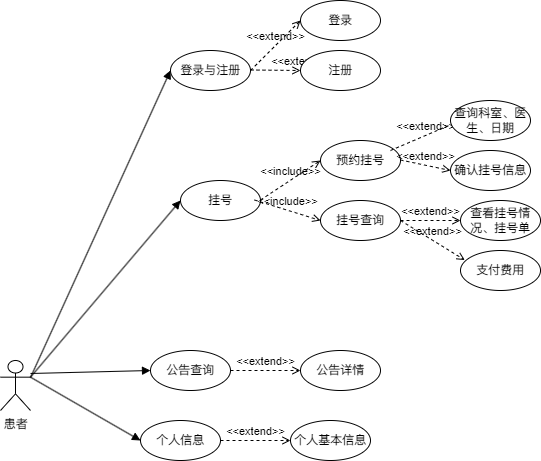
Bi8Boi/Bi8Boi keeps this draw.io diagram as 未命名绘图2.drawio.png. Above is the earlier version. Source tidied: cells renumbered, new cells last; positions are measured from the earlier drawing's top-left corner, leaving out a move shared by most shapes.
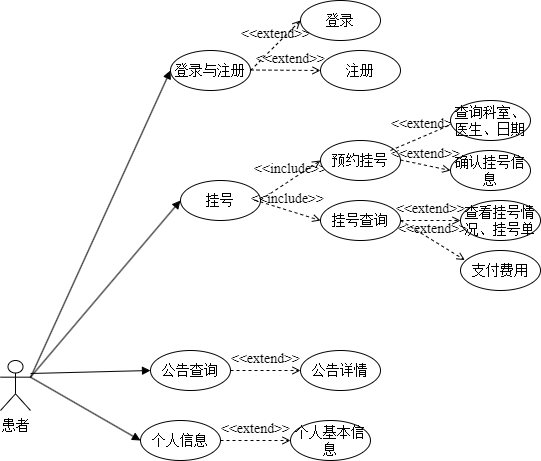
The same file after the commit.

Commit message:
更新未命名绘图2.drawio.png

Change to the diagram source:
```diff
@@ -2,127 +2,126 @@
   <root>
     <mxCell id="0" />
     <mxCell id="1" parent="0" />
-    <mxCell id="2" value="登录与注册" style="ellipse;whiteSpace=wrap;html=1;" parent="1" vertex="1">
+    <mxCell id="2" value="登录与注册" style="ellipse;whiteSpace=wrap;html=1;fontFamily=宋体;fontSize=14;" parent="1" vertex="1">
       <mxGeometry x="170" y="50" width="80" height="40" as="geometry" />
     </mxCell>
-    <mxCell id="3" value="患者" style="shape=umlActor;verticalLabelPosition=bottom;verticalAlign=top;html=1;" parent="1" vertex="1">
+    <mxCell id="3" value="患者" style="shape=umlActor;verticalLabelPosition=bottom;verticalAlign=top;html=1;fontFamily=宋体;fontSize=14;" parent="1" vertex="1">
       <mxGeometry y="360" width="30" height="50" as="geometry" />
     </mxCell>
-    <mxCell id="4" style="html=1;verticalAlign=bottom;labelBackgroundColor=none;endArrow=block;endFill=1;rounded=0;entryX=0;entryY=0.5;entryDx=0;entryDy=0;" parent="1" edge="1" target="2">
+    <mxCell id="4" style="html=1;verticalAlign=bottom;labelBackgroundColor=none;endArrow=block;endFill=1;rounded=0;entryX=0;entryY=0.5;entryDx=0;entryDy=0;fontFamily=宋体;fontSize=14;" parent="1" edge="1" target="2">
       <mxGeometry relative="1" as="geometry">
         <mxPoint x="30" y="377" as="sourcePoint" />
       </mxGeometry>
     </mxCell>
-    <mxCell id="5" value="&amp;lt;&amp;lt;extend&amp;gt;&amp;gt;" style="html=1;verticalAlign=bottom;labelBackgroundColor=none;endArrow=open;endFill=0;dashed=1;rounded=0;" parent="1" edge="1">
+    <mxCell id="5" value="&lt;font face=&quot;Times New Roman&quot;&gt;&amp;lt;&amp;lt;extend&amp;gt;&amp;gt;&lt;/font&gt;" style="html=1;verticalAlign=bottom;labelBackgroundColor=none;endArrow=open;endFill=0;dashed=1;rounded=0;fontFamily=宋体;fontSize=14;" parent="1" edge="1">
       <mxGeometry relative="1" as="geometry">
         <mxPoint x="250" y="70" as="sourcePoint" />
         <mxPoint x="300" y="20" as="targetPoint" />
       </mxGeometry>
     </mxCell>
-    <mxCell id="6" value="登录" style="ellipse;whiteSpace=wrap;html=1;" parent="1" vertex="1">
+    <mxCell id="6" value="登录" style="ellipse;whiteSpace=wrap;html=1;fontFamily=宋体;fontSize=14;" parent="1" vertex="1">
       <mxGeometry x="300" width="80" height="40" as="geometry" />
     </mxCell>
-    <mxCell id="7" value="&amp;lt;&amp;lt;extend&amp;gt;&amp;gt;" style="html=1;verticalAlign=bottom;labelBackgroundColor=none;endArrow=open;endFill=0;dashed=1;rounded=0;" parent="1" edge="1">
-      <mxGeometry x="1" relative="1" as="geometry">
+    <mxCell id="7" value="&lt;font face=&quot;Times New Roman&quot;&gt;&amp;lt;&amp;lt;extend&amp;gt;&amp;gt;&lt;/font&gt;" style="html=1;verticalAlign=bottom;labelBackgroundColor=none;endArrow=open;endFill=0;dashed=1;rounded=0;fontFamily=宋体;fontSize=14;entryX=0;entryY=0.5;entryDx=0;entryDy=0;" parent="1" edge="1" target="8">
+      <mxGeometry x="0.14" relative="1" as="geometry">
         <mxPoint x="250" y="69.5" as="sourcePoint" />
-        <mxPoint x="300" y="70" as="targetPoint" />
       </mxGeometry>
     </mxCell>
-    <mxCell id="8" value="注册" style="ellipse;whiteSpace=wrap;html=1;" parent="1" vertex="1">
-      <mxGeometry x="300" y="50" width="80" height="40" as="geometry" />
+    <mxCell id="8" value="注册" style="ellipse;whiteSpace=wrap;html=1;fontFamily=宋体;fontSize=14;" parent="1" vertex="1">
+      <mxGeometry x="320" y="50" width="80" height="40" as="geometry" />
     </mxCell>
-    <mxCell id="9" style="html=1;verticalAlign=bottom;labelBackgroundColor=none;endArrow=block;endFill=1;rounded=0;exitX=1;exitY=0.3333333333333333;exitDx=0;exitDy=0;exitPerimeter=0;" parent="1" edge="1" source="3">
+    <mxCell id="9" style="html=1;verticalAlign=bottom;labelBackgroundColor=none;endArrow=block;endFill=1;rounded=0;exitX=1;exitY=0.3333333333333333;exitDx=0;exitDy=0;exitPerimeter=0;fontFamily=宋体;fontSize=14;" parent="1" edge="1" source="3">
       <mxGeometry relative="1" as="geometry">
         <mxPoint x="180" y="200" as="targetPoint" />
       </mxGeometry>
     </mxCell>
-    <mxCell id="10" value="挂号" style="ellipse;whiteSpace=wrap;html=1;" parent="1" vertex="1">
+    <mxCell id="10" value="挂号" style="ellipse;whiteSpace=wrap;html=1;fontFamily=宋体;fontSize=14;" parent="1" vertex="1">
       <mxGeometry x="180" y="180" width="80" height="40" as="geometry" />
     </mxCell>
-    <mxCell id="11" value="&amp;lt;&amp;lt;include&amp;gt;&amp;gt;" style="html=1;verticalAlign=bottom;labelBackgroundColor=none;endArrow=open;endFill=0;dashed=1;rounded=0;" parent="1" edge="1">
+    <mxCell id="11" value="&lt;font face=&quot;Times New Roman&quot;&gt;&amp;lt;&amp;lt;include&amp;gt;&amp;gt;&lt;/font&gt;" style="html=1;verticalAlign=bottom;labelBackgroundColor=none;endArrow=open;endFill=0;dashed=1;rounded=0;fontFamily=宋体;fontSize=14;" parent="1" edge="1">
       <mxGeometry relative="1" as="geometry">
         <mxPoint x="260" y="199.5" as="sourcePoint" />
         <mxPoint x="320" y="160" as="targetPoint" />
       </mxGeometry>
     </mxCell>
-    <mxCell id="12" value="预约挂号" style="ellipse;whiteSpace=wrap;html=1;" parent="1" vertex="1">
+    <mxCell id="12" value="预约挂号" style="ellipse;whiteSpace=wrap;html=1;fontFamily=宋体;fontSize=14;" parent="1" vertex="1">
       <mxGeometry x="320" y="140" width="80" height="40" as="geometry" />
     </mxCell>
-    <mxCell id="13" value="&amp;lt;&amp;lt;include&amp;gt;&amp;gt;" style="html=1;verticalAlign=bottom;labelBackgroundColor=none;endArrow=open;endFill=0;dashed=1;rounded=0;" parent="1" edge="1">
+    <mxCell id="13" value="&lt;font face=&quot;Times New Roman&quot;&gt;&amp;lt;&amp;lt;include&amp;gt;&amp;gt;&lt;/font&gt;" style="html=1;verticalAlign=bottom;labelBackgroundColor=none;endArrow=open;endFill=0;dashed=1;rounded=0;fontFamily=宋体;fontSize=14;" parent="1" edge="1">
       <mxGeometry relative="1" as="geometry">
         <mxPoint x="254" y="199.5" as="sourcePoint" />
         <mxPoint x="320" y="220" as="targetPoint" />
       </mxGeometry>
     </mxCell>
-    <mxCell id="14" value="挂号查询" style="ellipse;whiteSpace=wrap;html=1;" parent="1" vertex="1">
+    <mxCell id="14" value="挂号查询" style="ellipse;whiteSpace=wrap;html=1;fontFamily=宋体;fontSize=14;" parent="1" vertex="1">
       <mxGeometry x="320" y="200" width="80" height="40" as="geometry" />
     </mxCell>
-    <mxCell id="15" value="&amp;lt;&amp;lt;extend&amp;gt;&amp;gt;" style="html=1;verticalAlign=bottom;labelBackgroundColor=none;endArrow=open;endFill=0;dashed=1;rounded=0;" parent="1" edge="1">
+    <mxCell id="15" value="&lt;font face=&quot;Times New Roman&quot;&gt;&amp;lt;&amp;lt;extend&amp;gt;&amp;gt;&lt;/font&gt;" style="html=1;verticalAlign=bottom;labelBackgroundColor=none;endArrow=open;endFill=0;dashed=1;rounded=0;fontFamily=宋体;fontSize=14;" parent="1" edge="1">
       <mxGeometry relative="1" as="geometry">
         <mxPoint x="390" y="150" as="sourcePoint" />
         <mxPoint x="460" y="120" as="targetPoint" />
       </mxGeometry>
     </mxCell>
-    <mxCell id="16" value="查询科室、医生、日期" style="ellipse;whiteSpace=wrap;html=1;" parent="1" vertex="1">
+    <mxCell id="16" value="查询科室、医生、日期" style="ellipse;whiteSpace=wrap;html=1;fontFamily=宋体;fontSize=14;" parent="1" vertex="1">
       <mxGeometry x="450" y="100" width="80" height="40" as="geometry" />
     </mxCell>
-    <mxCell id="17" value="&amp;lt;&amp;lt;extend&amp;gt;&amp;gt;" style="html=1;verticalAlign=bottom;labelBackgroundColor=none;endArrow=open;endFill=0;dashed=1;rounded=0;" parent="1" edge="1">
-      <mxGeometry relative="1" as="geometry">
+    <mxCell id="17" value="&lt;font face=&quot;Times New Roman&quot;&gt;&amp;lt;&amp;lt;extend&amp;gt;&amp;gt;&lt;/font&gt;" style="html=1;verticalAlign=bottom;labelBackgroundColor=none;endArrow=open;endFill=0;dashed=1;rounded=0;fontFamily=宋体;fontSize=14;" parent="1" edge="1">
+      <mxGeometry x="0.02" relative="1" as="geometry">
         <mxPoint x="400" y="159.5" as="sourcePoint" />
         <mxPoint x="450" y="170" as="targetPoint" />
       </mxGeometry>
     </mxCell>
-    <mxCell id="18" value="确认挂号信息" style="ellipse;whiteSpace=wrap;html=1;" parent="1" vertex="1">
+    <mxCell id="18" value="确认挂号信息" style="ellipse;whiteSpace=wrap;html=1;fontFamily=宋体;fontSize=14;" parent="1" vertex="1">
       <mxGeometry x="450" y="150" width="80" height="40" as="geometry" />
     </mxCell>
-    <mxCell id="19" value="&amp;lt;&amp;lt;extend&amp;gt;&amp;gt;" style="html=1;verticalAlign=bottom;labelBackgroundColor=none;endArrow=open;endFill=0;dashed=1;rounded=0;" parent="1" edge="1">
+    <mxCell id="19" value="&lt;font face=&quot;Times New Roman&quot;&gt;&amp;lt;&amp;lt;extend&amp;gt;&amp;gt;&lt;/font&gt;" style="html=1;verticalAlign=bottom;labelBackgroundColor=none;endArrow=open;endFill=0;dashed=1;rounded=0;fontFamily=宋体;fontSize=14;" parent="1" edge="1">
       <mxGeometry relative="1" as="geometry">
         <mxPoint x="400" y="220" as="sourcePoint" />
         <mxPoint x="460" y="220" as="targetPoint" />
       </mxGeometry>
     </mxCell>
-    <mxCell id="20" value="查看挂号情况、挂号单" style="ellipse;whiteSpace=wrap;html=1;" parent="1" vertex="1">
+    <mxCell id="20" value="查看挂号情况、挂号单" style="ellipse;whiteSpace=wrap;html=1;fontFamily=宋体;fontSize=14;" parent="1" vertex="1">
       <mxGeometry x="460" y="200" width="80" height="40" as="geometry" />
     </mxCell>
-    <mxCell id="21" value="&amp;lt;&amp;lt;extend&amp;gt;&amp;gt;" style="html=1;verticalAlign=bottom;labelBackgroundColor=none;endArrow=open;endFill=0;dashed=1;rounded=0;exitX=1;exitY=0.5;exitDx=0;exitDy=0;entryX=0.054;entryY=0.239;entryDx=0;entryDy=0;entryPerimeter=0;" parent="1" edge="1" source="14" target="22">
+    <mxCell id="21" value="&lt;font face=&quot;Times New Roman&quot;&gt;&amp;lt;&amp;lt;extend&amp;gt;&amp;gt;&lt;/font&gt;" style="html=1;verticalAlign=bottom;labelBackgroundColor=none;endArrow=open;endFill=0;dashed=1;rounded=0;exitX=1;exitY=0.5;exitDx=0;exitDy=0;entryX=0.054;entryY=0.239;entryDx=0;entryDy=0;entryPerimeter=0;fontFamily=宋体;fontSize=14;" parent="1" edge="1" source="14" target="22">
       <mxGeometry relative="1" as="geometry" />
     </mxCell>
-    <mxCell id="22" value="支付费用" style="ellipse;whiteSpace=wrap;html=1;" parent="1" vertex="1">
+    <mxCell id="22" value="支付费用" style="ellipse;whiteSpace=wrap;html=1;fontFamily=宋体;fontSize=14;" parent="1" vertex="1">
       <mxGeometry x="460" y="250" width="80" height="40" as="geometry" />
     </mxCell>
-    <mxCell id="23" style="html=1;verticalAlign=bottom;labelBackgroundColor=none;endArrow=block;endFill=1;rounded=0;" parent="1" edge="1">
+    <mxCell id="23" style="html=1;verticalAlign=bottom;labelBackgroundColor=none;endArrow=block;endFill=1;rounded=0;fontFamily=宋体;fontSize=14;" parent="1" edge="1">
       <mxGeometry relative="1" as="geometry">
         <mxPoint x="30" y="373" as="sourcePoint" />
         <mxPoint x="150" y="370" as="targetPoint" />
       </mxGeometry>
     </mxCell>
-    <mxCell id="24" value="公告查询" style="ellipse;whiteSpace=wrap;html=1;" parent="1" vertex="1">
+    <mxCell id="24" value="公告查询" style="ellipse;whiteSpace=wrap;html=1;fontFamily=宋体;fontSize=14;" parent="1" vertex="1">
       <mxGeometry x="150" y="350" width="80" height="40" as="geometry" />
     </mxCell>
-    <mxCell id="25" value="&amp;lt;&amp;lt;extend&amp;gt;&amp;gt;" style="html=1;verticalAlign=bottom;labelBackgroundColor=none;endArrow=open;endFill=0;dashed=1;rounded=0;" parent="1" edge="1">
+    <mxCell id="25" value="&lt;font face=&quot;Times New Roman&quot;&gt;&amp;lt;&amp;lt;extend&amp;gt;&amp;gt;&lt;/font&gt;" style="html=1;verticalAlign=bottom;labelBackgroundColor=none;endArrow=open;endFill=0;dashed=1;rounded=0;fontFamily=宋体;fontSize=14;" parent="1" edge="1">
       <mxGeometry relative="1" as="geometry">
         <mxPoint x="230" y="370" as="sourcePoint" />
         <mxPoint x="300" y="370" as="targetPoint" />
       </mxGeometry>
     </mxCell>
-    <mxCell id="26" value="公告详情" style="ellipse;whiteSpace=wrap;html=1;" parent="1" vertex="1">
+    <mxCell id="26" value="公告详情" style="ellipse;whiteSpace=wrap;html=1;fontFamily=宋体;fontSize=14;" parent="1" vertex="1">
       <mxGeometry x="300" y="350" width="80" height="40" as="geometry" />
     </mxCell>
-    <mxCell id="27" style="html=1;verticalAlign=bottom;labelBackgroundColor=none;endArrow=block;endFill=1;rounded=0;exitX=1;exitY=0.3333333333333333;exitDx=0;exitDy=0;exitPerimeter=0;" parent="1" edge="1" source="3">
+    <mxCell id="27" style="html=1;verticalAlign=bottom;labelBackgroundColor=none;endArrow=block;endFill=1;rounded=0;exitX=1;exitY=0.3333333333333333;exitDx=0;exitDy=0;exitPerimeter=0;fontFamily=宋体;fontSize=14;" parent="1" edge="1" source="3">
       <mxGeometry relative="1" as="geometry">
         <mxPoint x="140" y="440" as="targetPoint" />
       </mxGeometry>
     </mxCell>
-    <mxCell id="28" value="个人信息" style="ellipse;whiteSpace=wrap;html=1;" parent="1" vertex="1">
+    <mxCell id="28" value="个人信息" style="ellipse;whiteSpace=wrap;html=1;fontFamily=宋体;fontSize=14;" parent="1" vertex="1">
       <mxGeometry x="140" y="420" width="80" height="40" as="geometry" />
     </mxCell>
-    <mxCell id="29" value="&amp;lt;&amp;lt;extend&amp;gt;&amp;gt;" style="html=1;verticalAlign=bottom;labelBackgroundColor=none;endArrow=open;endFill=0;dashed=1;rounded=0;" parent="1" edge="1">
+    <mxCell id="29" value="&lt;font face=&quot;Times New Roman&quot;&gt;&amp;lt;&amp;lt;extend&amp;gt;&amp;gt;&lt;/font&gt;" style="html=1;verticalAlign=bottom;labelBackgroundColor=none;endArrow=open;endFill=0;dashed=1;rounded=0;fontFamily=宋体;fontSize=14;" parent="1" edge="1">
       <mxGeometry relative="1" as="geometry">
         <mxPoint x="220" y="440" as="sourcePoint" />
         <mxPoint x="290" y="440" as="targetPoint" />
       </mxGeometry>
     </mxCell>
-    <mxCell id="30" value="个人基本信息" style="ellipse;whiteSpace=wrap;html=1;" parent="1" vertex="1">
+    <mxCell id="30" value="个人基本信息" style="ellipse;whiteSpace=wrap;html=1;fontFamily=宋体;fontSize=14;" parent="1" vertex="1">
       <mxGeometry x="290" y="420" width="80" height="40" as="geometry" />
     </mxCell>
   </root>
```
